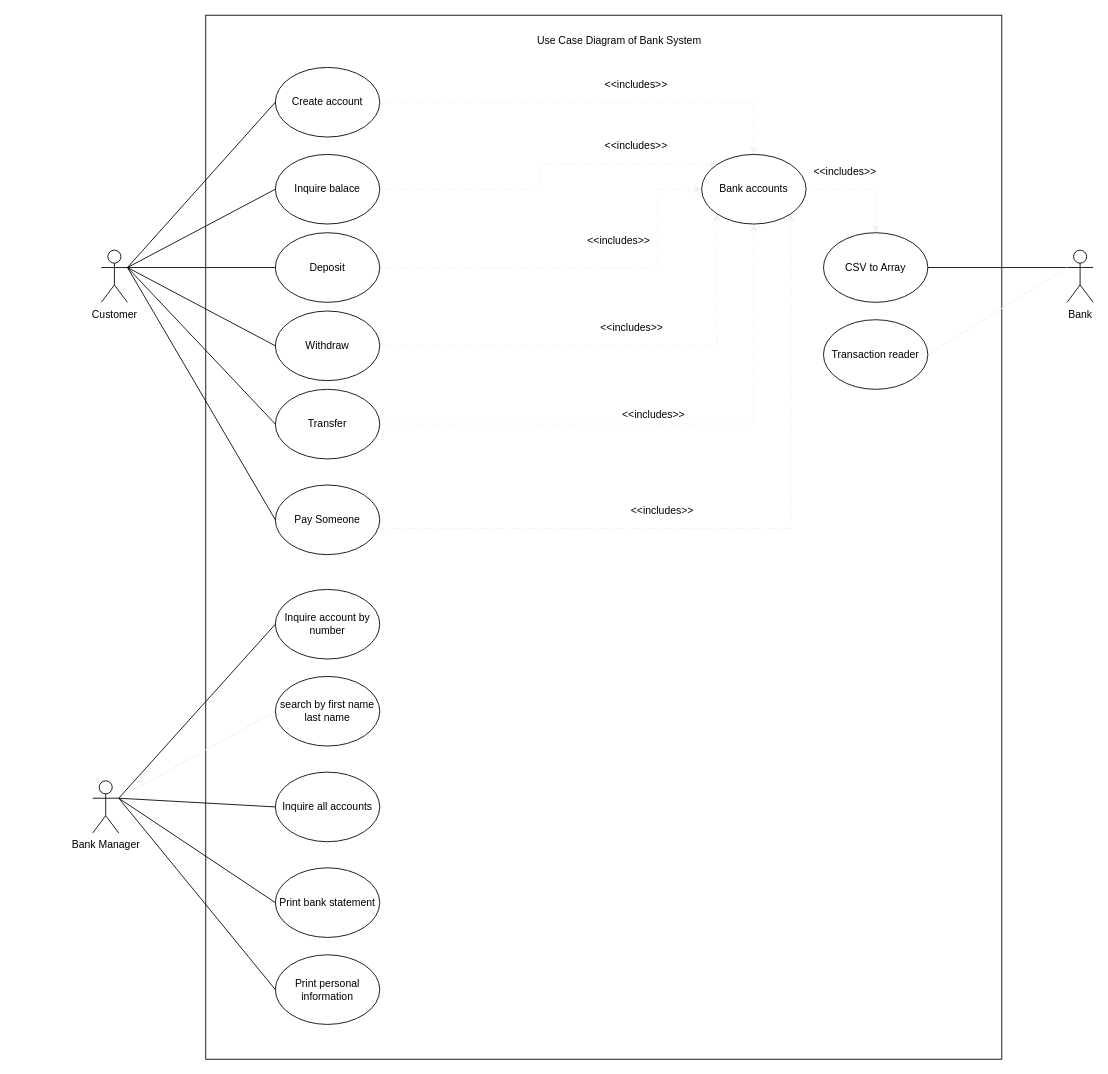
The draw.io diagram page "UML use case" (1 of 2) of Untitled Diagram.drawio in Ocor17/Simple-Banking-Application, before the edit. Source tidied: cells renumbered, new cells numbered last; positions are measured from the earlier drawing's top-left corner, leaving out a move shared by most shapes. Both pictures are drawn from the tidied source at 87%, with x=0, y=0 at pixel (92, 15).
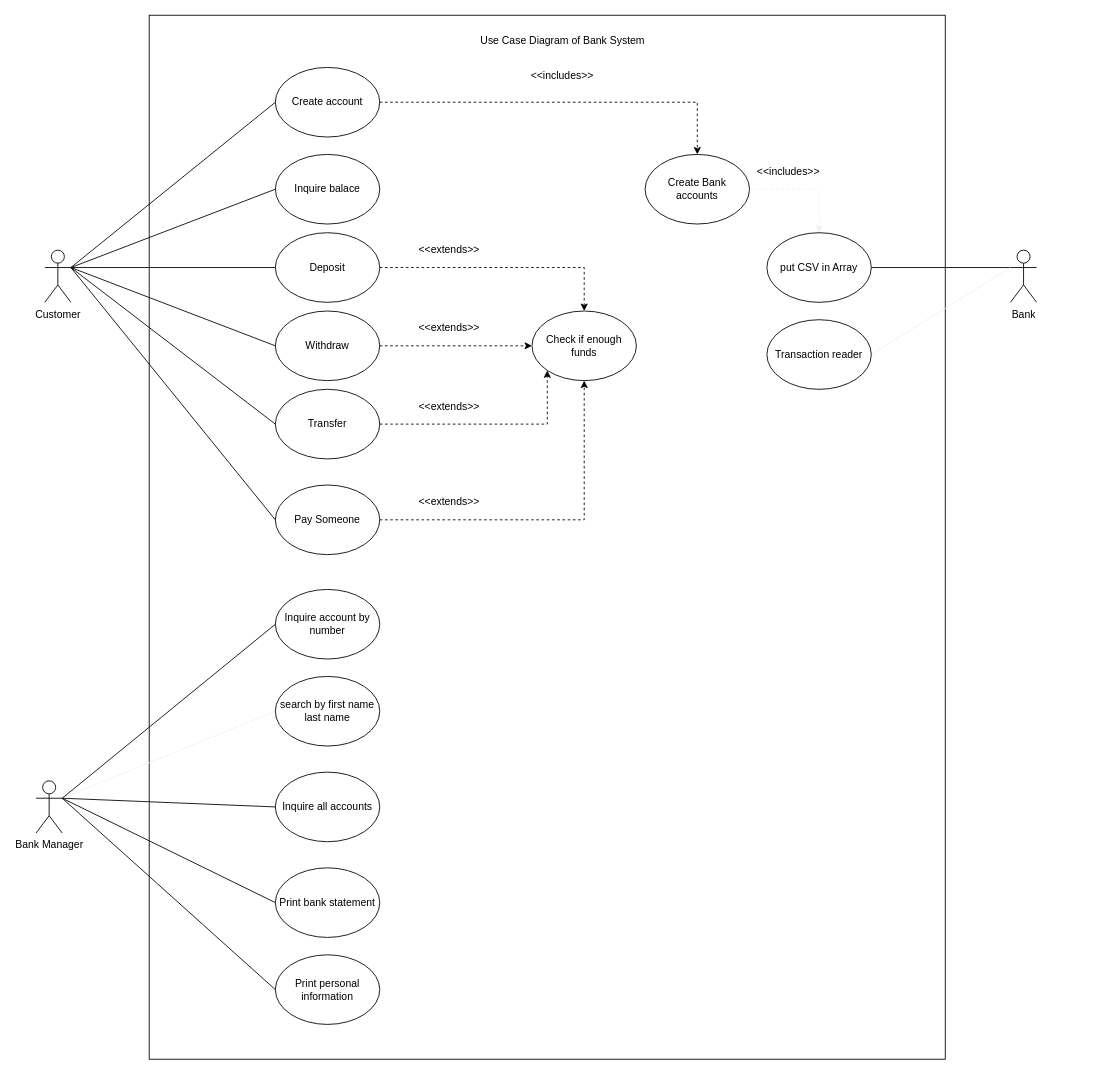
After the change.

Unchanged cells that the change refers to:
```xml
<mxCell id="22" value="Withdraw" style="ellipse;whiteSpace=wrap;html=1;fillColor=none;" parent="1" vertex="1">
  <mxGeometry x="210" y="340" width="120" height="80" as="geometry" />
</mxCell>
<mxCell id="24" value="Deposit" style="ellipse;whiteSpace=wrap;html=1;fillColor=none;" parent="1" vertex="1">
  <mxGeometry x="210" y="250" width="120" height="80" as="geometry" />
</mxCell>
<mxCell id="26" value="Transfer" style="ellipse;whiteSpace=wrap;html=1;fillColor=none;" parent="1" vertex="1">
  <mxGeometry x="210" y="430" width="120" height="80" as="geometry" />
</mxCell>
<mxCell id="28" value="Pay Someone" style="ellipse;whiteSpace=wrap;html=1;fillColor=none;" parent="1" vertex="1">
  <mxGeometry x="210" y="540" width="120" height="80" as="geometry" />
</mxCell>
<mxCell id="30" value="Create account" style="ellipse;whiteSpace=wrap;html=1;fillColor=none;" parent="1" vertex="1">
  <mxGeometry x="210" y="60" width="120" height="80" as="geometry" />
</mxCell>
<mxCell id="39" value="Inquire balace" style="ellipse;whiteSpace=wrap;html=1;fillColor=none;" parent="1" vertex="1">
  <mxGeometry x="210" y="160" width="120" height="80" as="geometry" />
</mxCell>
```

Diff of the diagram source:
```diff
@@
     <mxCell id="2" style="rounded=0;whiteSpace=wrap;html=1;fillColor=none;" parent="1" vertex="1">
-      <mxGeometry x="130" width="915" height="1200" as="geometry" />
+      <mxGeometry x="65" width="915" height="1200" as="geometry" />
     </mxCell>
     <mxCell id="3" style="edgeStyle=none;rounded=0;jettySize=auto;html=1;exitX=1;exitY=0.3333333333333333;exitDx=0;exitDy=0;exitPerimeter=0;startArrow=none;startFill=0;endArrow=none;endFill=0;strokeColor=#f0f0f0;" parent="1" edge="1" source="10">
       <mxGeometry relative="1" as="geometry">
-        <mxPoint x="40" y="289.7" as="targetPoint" />
+        <mxPoint x="-25" y="289.7" as="targetPoint" />
       </mxGeometry>
     </mxCell>
@@
     <mxCell id="10" value="Customer" style="shape=umlActor;verticalLabelPosition=bottom;verticalAlign=top;html=1;outlineConnect=0;" parent="1" vertex="1">
-      <mxGeometry x="10" y="270" width="30" height="60" as="geometry" />
+      <mxGeometry x="-55" y="270" width="30" height="60" as="geometry" />
     </mxCell>
     <mxCell id="11" value="Use Case Diagram of Bank System" style="text;html=1;strokeColor=none;fillColor=none;align=center;verticalAlign=middle;whiteSpace=wrap;rounded=0;" parent="1" vertex="1">
-      <mxGeometry x="437.5" y="20" width="335" height="20" as="geometry" />
+      <mxGeometry x="372.5" y="20" width="335" height="20" as="geometry" />
     </mxCell>
@@
     <mxCell id="17" value="Bank Manager&lt;br&gt;" style="shape=umlActor;verticalLabelPosition=bottom;verticalAlign=top;html=1;outlineConnect=0;fillColor=none;" parent="1" vertex="1">
-      <mxGeometry y="880" width="30" height="60" as="geometry" />
+      <mxGeometry x="-65" y="880" width="30" height="60" as="geometry" />
     </mxCell>
@@
     <mxCell id="20" value="Bank&lt;br&gt;" style="shape=umlActor;verticalLabelPosition=bottom;verticalAlign=top;html=1;outlineConnect=0;fillColor=none;" parent="1" vertex="1">
-      <mxGeometry x="1120" y="270" width="30" height="60" as="geometry" />
+      <mxGeometry x="1055" y="270" width="30" height="60" as="geometry" />
     </mxCell>
-    <mxCell id="21" style="edgeStyle=orthogonalEdgeStyle;rounded=0;jettySize=auto;html=1;exitX=1;exitY=0.5;exitDx=0;exitDy=0;entryX=0;entryY=1;entryDx=0;entryDy=0;dashed=1;startArrow=none;startFill=0;endArrow=classic;endFill=1;strokeColor=#f0f0f0;" parent="1" edge="1" source="22" target="35">
-      <mxGeometry relative="1" as="geometry" />
-    </mxCell>
+    <mxCell id="49" style="edgeStyle=orthogonalEdgeStyle;rounded=0;jettySize=auto;html=1;exitX=1;exitY=0.5;exitDx=0;exitDy=0;entryX=0;entryY=0.5;entryDx=0;entryDy=0;dashed=1;endArrow=classic;endFill=1;" parent="1" edge="1" source="22" target="54">
+      <mxGeometry relative="1" as="geometry" />
+    </mxCell>
@@
-    <mxCell id="23" style="edgeStyle=orthogonalEdgeStyle;rounded=0;jettySize=auto;html=1;exitX=1;exitY=0.5;exitDx=0;exitDy=0;entryX=0;entryY=0.5;entryDx=0;entryDy=0;dashed=1;startArrow=none;startFill=0;endArrow=classic;endFill=1;strokeColor=#f0f0f0;" parent="1" edge="1" source="24" target="35">
-      <mxGeometry relative="1" as="geometry">
-        <Array as="points">
-          <mxPoint x="650" y="290" />
-          <mxPoint x="650" y="200" />
-        </Array>
-      </mxGeometry>
-    </mxCell>
+    <mxCell id="50" style="edgeStyle=orthogonalEdgeStyle;rounded=0;jettySize=auto;html=1;exitX=1;exitY=0.5;exitDx=0;exitDy=0;entryX=0.5;entryY=0;entryDx=0;entryDy=0;dashed=1;endArrow=classic;endFill=1;" parent="1" edge="1" source="24" target="54">
+      <mxGeometry relative="1" as="geometry" />
+    </mxCell>
@@
-    <mxCell id="25" style="edgeStyle=orthogonalEdgeStyle;rounded=0;jettySize=auto;html=1;exitX=1;exitY=0.5;exitDx=0;exitDy=0;entryX=0.5;entryY=1;entryDx=0;entryDy=0;dashed=1;startArrow=none;startFill=0;endArrow=classic;endFill=1;strokeColor=#f0f0f0;" parent="1" edge="1" source="26" target="35">
-      <mxGeometry relative="1" as="geometry" />
-    </mxCell>
+    <mxCell id="51" style="edgeStyle=orthogonalEdgeStyle;rounded=0;jettySize=auto;html=1;exitX=1;exitY=0.5;exitDx=0;exitDy=0;entryX=0;entryY=1;entryDx=0;entryDy=0;dashed=1;endArrow=classic;endFill=1;" parent="1" edge="1" source="26" target="54">
+      <mxGeometry relative="1" as="geometry" />
+    </mxCell>
@@
-    <mxCell id="27" style="edgeStyle=orthogonalEdgeStyle;rounded=0;jettySize=auto;html=1;exitX=1;exitY=0.5;exitDx=0;exitDy=0;entryX=1;entryY=1;entryDx=0;entryDy=0;dashed=1;startArrow=none;startFill=0;endArrow=classic;endFill=1;strokeColor=#f0f0f0;" parent="1" edge="1" source="28" target="35">
-      <mxGeometry relative="1" as="geometry">
-        <Array as="points">
-          <mxPoint x="802" y="590" />
-        </Array>
-      </mxGeometry>
-    </mxCell>
+    <mxCell id="52" style="edgeStyle=orthogonalEdgeStyle;rounded=0;jettySize=auto;html=1;exitX=1;exitY=0.5;exitDx=0;exitDy=0;entryX=0.5;entryY=1;entryDx=0;entryDy=0;dashed=1;endArrow=classic;endFill=1;" parent="1" edge="1" source="28" target="54">
+      <mxGeometry relative="1" as="geometry" />
+    </mxCell>
@@
-    <mxCell id="29" style="edgeStyle=orthogonalEdgeStyle;rounded=0;jettySize=auto;html=1;exitX=1;exitY=0.5;exitDx=0;exitDy=0;entryX=0.5;entryY=0;entryDx=0;entryDy=0;dashed=1;startArrow=none;startFill=0;endArrow=classic;endFill=1;strokeColor=#f0f0f0;" parent="1" edge="1" source="30" target="35">
+    <mxCell id="29" style="edgeStyle=orthogonalEdgeStyle;rounded=0;jettySize=auto;html=1;exitX=1;exitY=0.5;exitDx=0;exitDy=0;entryX=0.5;entryY=0;entryDx=0;entryDy=0;endArrow=classic;endFill=1;dashed=1;" parent="1" edge="1" source="30" target="35">
       <mxGeometry relative="1" as="geometry" />
     </mxCell>
@@
-    <mxCell id="32" value="CSV to Array" style="ellipse;whiteSpace=wrap;html=1;fillColor=none;" parent="1" vertex="1">
-      <mxGeometry x="840" y="250" width="120" height="80" as="geometry" />
+    <mxCell id="32" value="put CSV in Array" style="ellipse;whiteSpace=wrap;html=1;fillColor=none;" parent="1" vertex="1">
+      <mxGeometry x="775" y="250" width="120" height="80" as="geometry" />
     </mxCell>
@@
     <mxCell id="34" value="Transaction reader" style="ellipse;whiteSpace=wrap;html=1;fillColor=none;" parent="1" vertex="1">
-      <mxGeometry x="840" y="350" width="120" height="80" as="geometry" />
+      <mxGeometry x="775" y="350" width="120" height="80" as="geometry" />
     </mxCell>
-    <mxCell id="35" value="Bank accounts" style="ellipse;whiteSpace=wrap;html=1;rounded=0;fillColor=none;" parent="1" vertex="1">
-      <mxGeometry x="700" y="160" width="120" height="80" as="geometry" />
+    <mxCell id="35" value="Create Bank accounts" style="ellipse;whiteSpace=wrap;html=1;rounded=0;fillColor=none;" parent="1" vertex="1">
+      <mxGeometry x="635" y="160" width="120" height="80" as="geometry" />
     </mxCell>
     <mxCell id="36" value="&amp;lt;&amp;lt;includes&amp;gt;&amp;gt;" style="text;html=1;strokeColor=none;fillColor=none;align=center;verticalAlign=middle;whiteSpace=wrap;rounded=0;" parent="1" vertex="1">
-      <mxGeometry x="820" y="170" width="90" height="20" as="geometry" />
+      <mxGeometry x="755" y="170" width="90" height="20" as="geometry" />
     </mxCell>
-    <mxCell id="37" value="&amp;lt;&amp;lt;includes&amp;gt;&amp;gt;" style="text;html=1;strokeColor=none;fillColor=none;align=center;verticalAlign=middle;whiteSpace=wrap;rounded=0;" parent="1" vertex="1">
-      <mxGeometry x="580" y="70" width="90" height="20" as="geometry" />
-    </mxCell>
-    <mxCell id="38" style="edgeStyle=orthogonalEdgeStyle;rounded=0;jettySize=auto;html=1;exitX=1;exitY=0.5;exitDx=0;exitDy=0;entryX=0;entryY=0;entryDx=0;entryDy=0;dashed=1;startArrow=none;startFill=0;endArrow=classic;endFill=1;strokeColor=#f0f0f0;" parent="1" edge="1" source="39" target="35">
-      <mxGeometry relative="1" as="geometry" />
-    </mxCell>
@@
-    <mxCell id="40" value="&amp;lt;&amp;lt;includes&amp;gt;&amp;gt;" style="text;html=1;strokeColor=none;fillColor=none;align=center;verticalAlign=middle;whiteSpace=wrap;rounded=0;" parent="1" vertex="1">
-      <mxGeometry x="580" y="140" width="90" height="20" as="geometry" />
-    </mxCell>
-    <mxCell id="41" value="&amp;lt;&amp;lt;includes&amp;gt;&amp;gt;" style="text;html=1;strokeColor=none;fillColor=none;align=center;verticalAlign=middle;whiteSpace=wrap;rounded=0;" parent="1" vertex="1">
-      <mxGeometry x="560" y="250" width="90" height="20" as="geometry" />
-    </mxCell>
-    <mxCell id="42" value="&amp;lt;&amp;lt;includes&amp;gt;&amp;gt;" style="text;html=1;strokeColor=none;fillColor=none;align=center;verticalAlign=middle;whiteSpace=wrap;rounded=0;" parent="1" vertex="1">
-      <mxGeometry x="575" y="350" width="90" height="20" as="geometry" />
-    </mxCell>
-    <mxCell id="43" value="&amp;lt;&amp;lt;includes&amp;gt;&amp;gt;" style="text;html=1;strokeColor=none;fillColor=none;align=center;verticalAlign=middle;whiteSpace=wrap;rounded=0;" parent="1" vertex="1">
-      <mxGeometry x="600" y="450" width="90" height="20" as="geometry" />
-    </mxCell>
-    <mxCell id="44" value="&amp;lt;&amp;lt;includes&amp;gt;&amp;gt;" style="text;html=1;strokeColor=none;fillColor=none;align=center;verticalAlign=middle;whiteSpace=wrap;rounded=0;" parent="1" vertex="1">
-      <mxGeometry x="610" y="560" width="90" height="20" as="geometry" />
-    </mxCell>
@@
+    <mxCell id="53" value="&amp;lt;&amp;lt;includes&amp;gt;&amp;gt;" style="text;html=1;strokeColor=none;fillColor=none;align=center;verticalAlign=middle;whiteSpace=wrap;rounded=0;" parent="1" vertex="1">
+      <mxGeometry x="495" y="60" width="90" height="20" as="geometry" />
+    </mxCell>
+    <mxCell id="54" value="Check if enough funds" style="ellipse;whiteSpace=wrap;html=1;fillColor=none;" parent="1" vertex="1">
+      <mxGeometry x="505" y="340" width="120" height="80" as="geometry" />
+    </mxCell>
+    <mxCell id="55" value="&amp;lt;&amp;lt;extends&amp;gt;&amp;gt;" style="text;html=1;strokeColor=none;fillColor=none;align=center;verticalAlign=middle;whiteSpace=wrap;rounded=0;" parent="1" vertex="1">
+      <mxGeometry x="365" y="260" width="90" height="20" as="geometry" />
+    </mxCell>
+    <mxCell id="56" value="&amp;lt;&amp;lt;extends&amp;gt;&amp;gt;" style="text;html=1;strokeColor=none;fillColor=none;align=center;verticalAlign=middle;whiteSpace=wrap;rounded=0;" parent="1" vertex="1">
+      <mxGeometry x="365" y="350" width="90" height="20" as="geometry" />
+    </mxCell>
+    <mxCell id="57" value="&amp;lt;&amp;lt;extends&amp;gt;&amp;gt;" style="text;html=1;strokeColor=none;fillColor=none;align=center;verticalAlign=middle;whiteSpace=wrap;rounded=0;" parent="1" vertex="1">
+      <mxGeometry x="365" y="440" width="90" height="20" as="geometry" />
+    </mxCell>
+    <mxCell id="58" value="&amp;lt;&amp;lt;extends&amp;gt;&amp;gt;" style="text;html=1;strokeColor=none;fillColor=none;align=center;verticalAlign=middle;whiteSpace=wrap;rounded=0;" parent="1" vertex="1">
+      <mxGeometry x="365" y="550" width="90" height="20" as="geometry" />
+    </mxCell>
```
